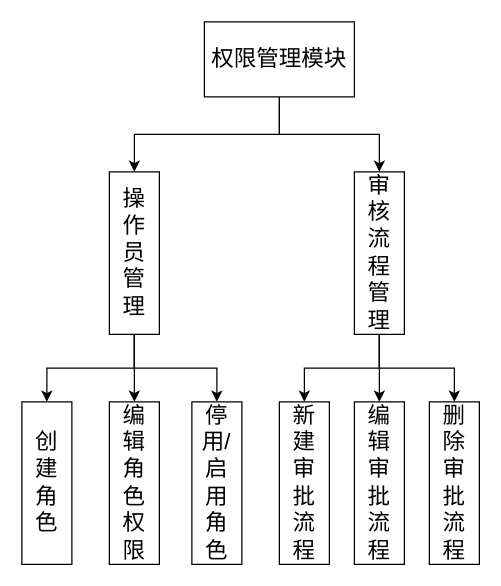
This is 未命名绘图.drawio from yaoxiaoge/gittest, a draw.io file, before an edit. Source tidied: cells renumbered, new cells numbered last; positions are measured from the earlier drawing's top-left corner, leaving out a move shared by most shapes. Both pictures are drawn from the tidied source at 125%, with x=0, y=0 at pixel (21, 21).
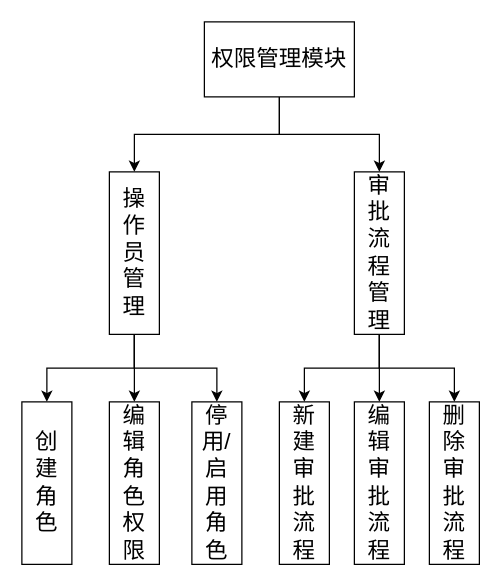
Above is the later version.

Commit message:
权限管理模块.drawio

Diff of the diagram source:
```diff
@@
 <mxGraphModel background="#ffffff">
   <root>
     <mxCell id="0" />
     <mxCell id="1" parent="0" />
     <mxCell id="2" style="edgeStyle=orthogonalEdgeStyle;rounded=0;jettySize=auto;html=1;exitX=0.5;exitY=1;exitDx=0;exitDy=0;entryX=0.5;entryY=0;entryDx=0;entryDy=0;" parent="1" edge="1" source="4" target="12">
       <mxGeometry relative="1" as="geometry" />
     </mxCell>
     <mxCell id="3" style="edgeStyle=orthogonalEdgeStyle;rounded=0;jettySize=auto;html=1;exitX=0.5;exitY=1;exitDx=0;exitDy=0;entryX=0.5;entryY=0;entryDx=0;entryDy=0;" parent="1" edge="1" source="4" target="8">
       <mxGeometry relative="1" as="geometry" />
     </mxCell>
     <mxCell id="4" value="&lt;font style=&quot;font-size: 18px&quot;&gt;权限管理模块&lt;/font&gt;" style="rounded=0;whiteSpace=wrap;html=1;" parent="1" vertex="1">
       <mxGeometry x="146" width="120" height="60" as="geometry" />
     </mxCell>
     <mxCell id="5" style="edgeStyle=orthogonalEdgeStyle;rounded=0;jettySize=auto;html=1;exitX=0.5;exitY=1;exitDx=0;exitDy=0;" parent="1" edge="1" source="8" target="13">
       <mxGeometry relative="1" as="geometry" />
     </mxCell>
     <mxCell id="6" style="edgeStyle=orthogonalEdgeStyle;rounded=0;jettySize=auto;html=1;exitX=0.5;exitY=1;exitDx=0;exitDy=0;entryX=0.5;entryY=0;entryDx=0;entryDy=0;" parent="1" edge="1" source="8" target="14">
       <mxGeometry relative="1" as="geometry" />
     </mxCell>
     <mxCell id="7" style="edgeStyle=orthogonalEdgeStyle;rounded=0;jettySize=auto;html=1;exitX=0.5;exitY=1;exitDx=0;exitDy=0;" parent="1" edge="1" source="8" target="15">
       <mxGeometry relative="1" as="geometry" />
     </mxCell>
     <mxCell id="8" value="&lt;font style=&quot;font-size: 18px&quot;&gt;操&lt;br&gt;作&lt;br&gt;员&lt;br&gt;管&lt;br&gt;理&lt;/font&gt;" style="rounded=0;whiteSpace=wrap;html=1;" parent="1" vertex="1">
       <mxGeometry x="70" y="120" width="40" height="130" as="geometry" />
     </mxCell>
     <mxCell id="9" style="edgeStyle=orthogonalEdgeStyle;rounded=0;jettySize=auto;html=1;exitX=0.5;exitY=1;exitDx=0;exitDy=0;entryX=0.5;entryY=0;entryDx=0;entryDy=0;" parent="1" edge="1" source="12" target="16">
       <mxGeometry relative="1" as="geometry" />
     </mxCell>
     <mxCell id="10" style="edgeStyle=orthogonalEdgeStyle;rounded=0;jettySize=auto;html=1;exitX=0.5;exitY=1;exitDx=0;exitDy=0;entryX=0.5;entryY=0;entryDx=0;entryDy=0;" parent="1" edge="1" source="12" target="17">
       <mxGeometry relative="1" as="geometry" />
     </mxCell>
     <mxCell id="11" style="edgeStyle=orthogonalEdgeStyle;rounded=0;jettySize=auto;html=1;exitX=0.5;exitY=1;exitDx=0;exitDy=0;" parent="1" edge="1" source="12" target="18">
       <mxGeometry relative="1" as="geometry" />
     </mxCell>
-    <mxCell id="12" value="&lt;span style=&quot;font-size: 18px&quot;&gt;审&lt;br&gt;核&lt;br&gt;流&lt;br&gt;程&lt;br&gt;管&lt;br&gt;理&lt;/span&gt;" style="rounded=0;whiteSpace=wrap;html=1;" parent="1" vertex="1">
+    <mxCell id="12" value="&lt;span style=&quot;font-size: 18px&quot;&gt;审&lt;br&gt;批&lt;br&gt;流&lt;br&gt;程&lt;br&gt;管&lt;br&gt;理&lt;/span&gt;" style="rounded=0;whiteSpace=wrap;html=1;" parent="1" vertex="1">
       <mxGeometry x="266" y="120" width="40" height="130" as="geometry" />
     </mxCell>
     <mxCell id="13" value="&lt;span style=&quot;font-size: 18px&quot;&gt;创&lt;br&gt;建&lt;br&gt;角&lt;br&gt;色&lt;br&gt;&lt;/span&gt;" style="rounded=0;whiteSpace=wrap;html=1;" parent="1" vertex="1">
       <mxGeometry y="304" width="40" height="130" as="geometry" />
     </mxCell>
     <mxCell id="14" value="&lt;font style=&quot;font-size: 18px&quot;&gt;编&lt;br&gt;辑&lt;br&gt;角&lt;br&gt;色&lt;br&gt;权&lt;br&gt;限&lt;br&gt;&lt;/font&gt;" style="rounded=0;whiteSpace=wrap;html=1;" parent="1" vertex="1">
       <mxGeometry x="70" y="304" width="40" height="130" as="geometry" />
     </mxCell>
     <mxCell id="15" value="&lt;font style=&quot;font-size: 18px&quot;&gt;停用/启&lt;br&gt;用&lt;br&gt;角&lt;br&gt;色&lt;br&gt;&lt;/font&gt;" style="rounded=0;whiteSpace=wrap;html=1;" parent="1" vertex="1">
       <mxGeometry x="136" y="304" width="40" height="130" as="geometry" />
     </mxCell>
     <mxCell id="16" value="&lt;font style=&quot;font-size: 18px&quot;&gt;新&lt;br&gt;建&lt;br&gt;审&lt;br&gt;批&lt;br&gt;流&lt;br&gt;程&lt;br&gt;&lt;/font&gt;" style="rounded=0;whiteSpace=wrap;html=1;" parent="1" vertex="1">
       <mxGeometry x="206" y="304" width="40" height="130" as="geometry" />
     </mxCell>
     <mxCell id="17" value="&lt;font style=&quot;font-size: 18px&quot;&gt;编&lt;br&gt;辑&lt;br&gt;审&lt;br&gt;批&lt;br&gt;流&lt;br&gt;程&lt;br&gt;&lt;/font&gt;" style="rounded=0;whiteSpace=wrap;html=1;" parent="1" vertex="1">
       <mxGeometry x="266" y="304" width="40" height="130" as="geometry" />
     </mxCell>
     <mxCell id="18" value="&lt;font style=&quot;font-size: 18px&quot;&gt;删&lt;br&gt;除&lt;br&gt;审&lt;br&gt;批&lt;br&gt;流&lt;br&gt;程&lt;br&gt;&lt;/font&gt;" style="rounded=0;whiteSpace=wrap;html=1;" parent="1" vertex="1">
       <mxGeometry x="326" y="304" width="40" height="130" as="geometry" />
     </mxCell>
   </root>
 </mxGraphModel>
```
